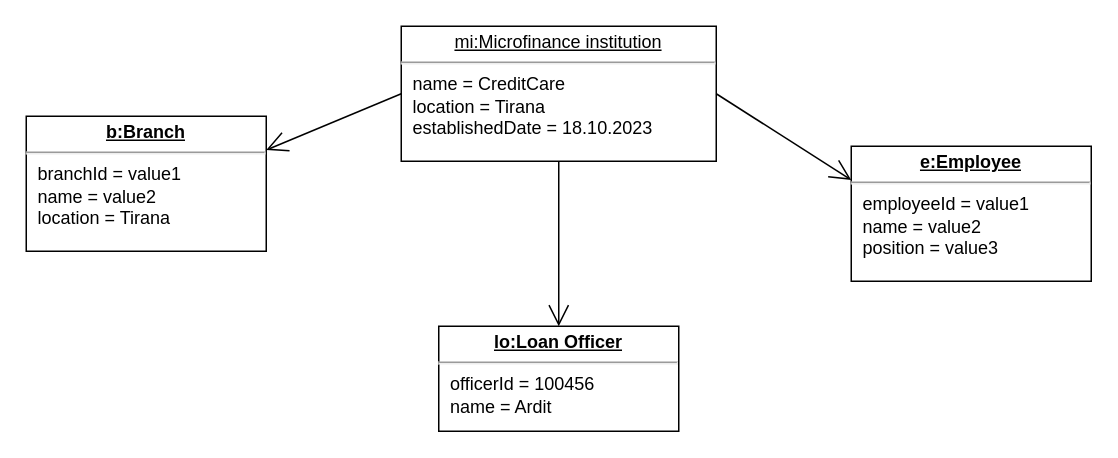
This is Object Diagram1.drawio from AjnaNushi/drawio, a draw.io file, before an edit. Source tidied: cells renumbered, new cells numbered last; positions are measured from the earlier drawing's top-left corner, leaving out a move shared by most shapes. Both pictures are drawn from the tidied source at 150%, with x=0, y=0 at pixel (26, 26).
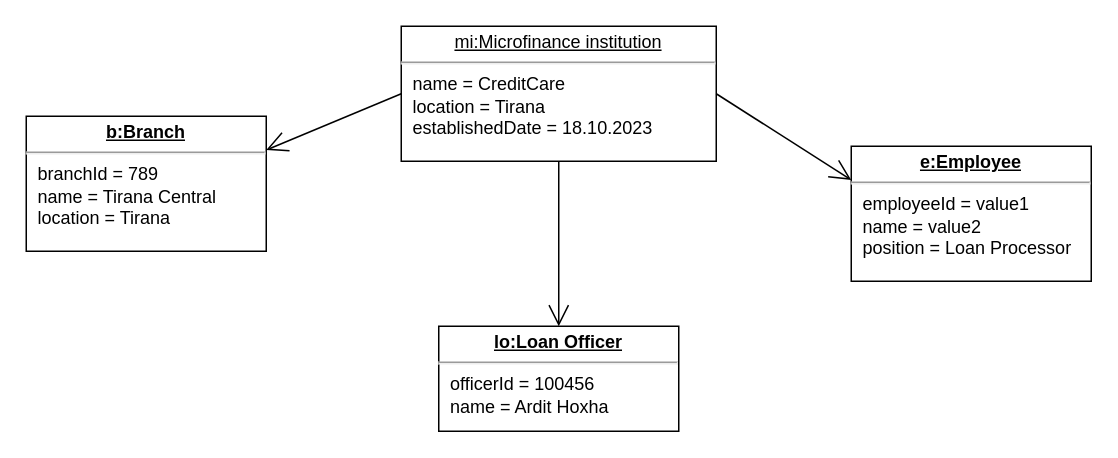
Above is the later version.

The edit, as a diff of the source:
```diff
@@
 <mxGraphModel>
   <root>
     <mxCell id="0" />
     <mxCell id="1" parent="0" />
     <mxCell id="2" value="&lt;p style=&quot;margin:0px;margin-top:4px;text-align:center;text-decoration:underline;&quot;&gt;mi:Microfinance institution&lt;br&gt;&lt;/p&gt;&lt;hr&gt;&lt;p style=&quot;margin:0px;margin-left:8px;&quot;&gt;name = CreditCare&lt;br&gt;location = Tirana&lt;br&gt;establishedDate&amp;nbsp;= 18.10.2023&lt;/p&gt;" style="verticalAlign=top;align=left;overflow=fill;fontSize=12;fontFamily=Helvetica;html=1;whiteSpace=wrap;" parent="1" vertex="1">
       <mxGeometry x="250" width="210" height="90" as="geometry" />
     </mxCell>
-    <mxCell id="3" value="&lt;p style=&quot;margin:0px;margin-top:4px;text-align:center;text-decoration:underline;&quot;&gt;&lt;b&gt;e:Employee&lt;/b&gt;&lt;/p&gt;&lt;hr&gt;&lt;p style=&quot;margin:0px;margin-left:8px;&quot;&gt;employeeId = value1&lt;br&gt;name = value2&lt;br&gt;position = value3&lt;/p&gt;" style="verticalAlign=top;align=left;overflow=fill;fontSize=12;fontFamily=Helvetica;html=1;whiteSpace=wrap;" parent="1" vertex="1">
+    <mxCell id="3" value="&lt;p style=&quot;margin:0px;margin-top:4px;text-align:center;text-decoration:underline;&quot;&gt;&lt;b&gt;e:Employee&lt;/b&gt;&lt;/p&gt;&lt;hr&gt;&lt;p style=&quot;margin:0px;margin-left:8px;&quot;&gt;employeeId = value1&lt;br&gt;name = value2&lt;br&gt;position = Loan Processor&lt;/p&gt;" style="verticalAlign=top;align=left;overflow=fill;fontSize=12;fontFamily=Helvetica;html=1;whiteSpace=wrap;" parent="1" vertex="1">
       <mxGeometry x="550" y="80" width="160" height="90" as="geometry" />
     </mxCell>
-    <mxCell id="4" value="&lt;p style=&quot;margin:0px;margin-top:4px;text-align:center;text-decoration:underline;&quot;&gt;&lt;b&gt;b:Branch&lt;/b&gt;&lt;/p&gt;&lt;hr&gt;&lt;p style=&quot;margin:0px;margin-left:8px;&quot;&gt;branchId = value1&lt;br&gt;name = value2&lt;br&gt;location = Tirana&lt;/p&gt;" style="verticalAlign=top;align=left;overflow=fill;fontSize=12;fontFamily=Helvetica;html=1;whiteSpace=wrap;" parent="1" vertex="1">
+    <mxCell id="4" value="&lt;p style=&quot;margin:0px;margin-top:4px;text-align:center;text-decoration:underline;&quot;&gt;&lt;b&gt;b:Branch&lt;/b&gt;&lt;/p&gt;&lt;hr&gt;&lt;p style=&quot;margin:0px;margin-left:8px;&quot;&gt;branchId = 789&lt;br&gt;name = Tirana Central&lt;br&gt;location = Tirana&lt;/p&gt;" style="verticalAlign=top;align=left;overflow=fill;fontSize=12;fontFamily=Helvetica;html=1;whiteSpace=wrap;" parent="1" vertex="1">
       <mxGeometry y="60" width="160" height="90" as="geometry" />
     </mxCell>
-    <mxCell id="5" value="&lt;p style=&quot;margin:0px;margin-top:4px;text-align:center;text-decoration:underline;&quot;&gt;&lt;b&gt;lo:Loan Officer&lt;/b&gt;&lt;/p&gt;&lt;hr&gt;&lt;p style=&quot;margin:0px;margin-left:8px;&quot;&gt;officerId = 100456&lt;br&gt;name = Ardit&lt;br&gt;&lt;br&gt;&lt;/p&gt;" style="verticalAlign=top;align=left;overflow=fill;fontSize=12;fontFamily=Helvetica;html=1;whiteSpace=wrap;" parent="1" vertex="1">
+    <mxCell id="5" value="&lt;p style=&quot;margin:0px;margin-top:4px;text-align:center;text-decoration:underline;&quot;&gt;&lt;b&gt;lo:Loan Officer&lt;/b&gt;&lt;/p&gt;&lt;hr&gt;&lt;p style=&quot;margin:0px;margin-left:8px;&quot;&gt;officerId = 100456&lt;br&gt;name = Ardit Hoxha&lt;br&gt;&lt;br&gt;&lt;/p&gt;" style="verticalAlign=top;align=left;overflow=fill;fontSize=12;fontFamily=Helvetica;html=1;whiteSpace=wrap;" parent="1" vertex="1">
       <mxGeometry x="275" y="200" width="160" height="70" as="geometry" />
     </mxCell>
     <mxCell id="6" style="endArrow=open;endFill=1;endSize=12;html=1;rounded=0;exitX=0;exitY=0.5;exitDx=0;exitDy=0;entryX=1;entryY=0.25;entryDx=0;entryDy=0;" parent="1" edge="1" source="2" target="4">
       <mxGeometry relative="1" as="geometry" />
     </mxCell>
     <mxCell id="7" style="endArrow=open;endFill=1;endSize=12;html=1;rounded=0;exitX=1;exitY=0.5;exitDx=0;exitDy=0;entryX=0;entryY=0.25;entryDx=0;entryDy=0;" parent="1" edge="1" source="2" target="3">
       <mxGeometry relative="1" as="geometry" />
     </mxCell>
     <mxCell id="8" style="endArrow=open;endFill=1;endSize=12;html=1;rounded=0;exitX=0.5;exitY=1;exitDx=0;exitDy=0;entryX=0.5;entryY=0;entryDx=0;entryDy=0;" parent="1" edge="1" source="2" target="5">
       <mxGeometry relative="1" as="geometry" />
     </mxCell>
   </root>
 </mxGraphModel>
```
